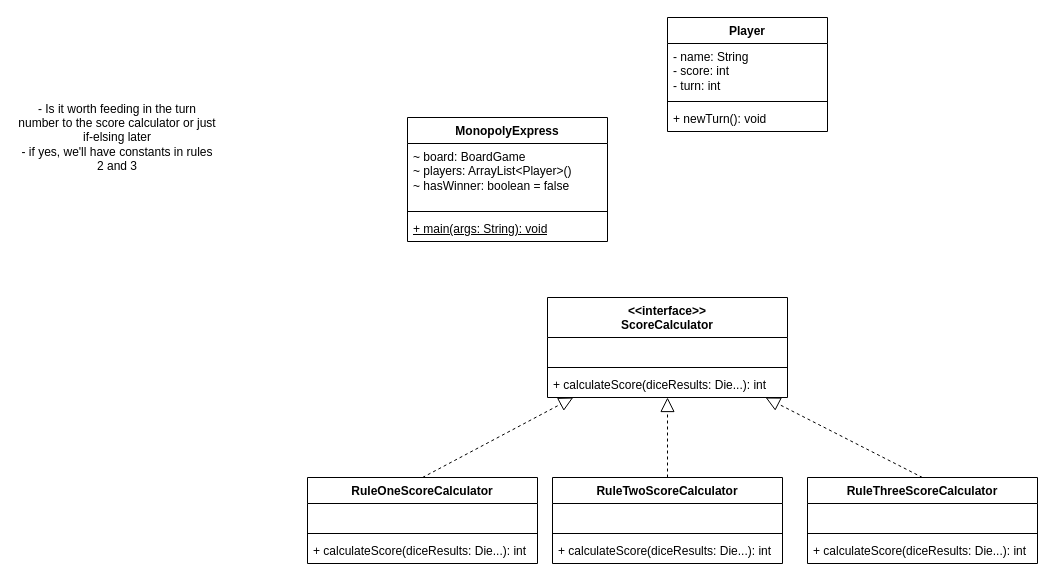
Earlier version of the draw.io diagram workshop9-week10.drawio (antonykimuom/SWEN30006-2025-SM1-workshop1-tuew05-14-00-team-12). Source tidied: cells renumbered, new cells numbered last; positions are measured from the earlier drawing's top-left corner, leaving out a move shared by most shapes. Both pictures are drawn from the tidied source at 100%, with x=0, y=0 at pixel (17, 17).
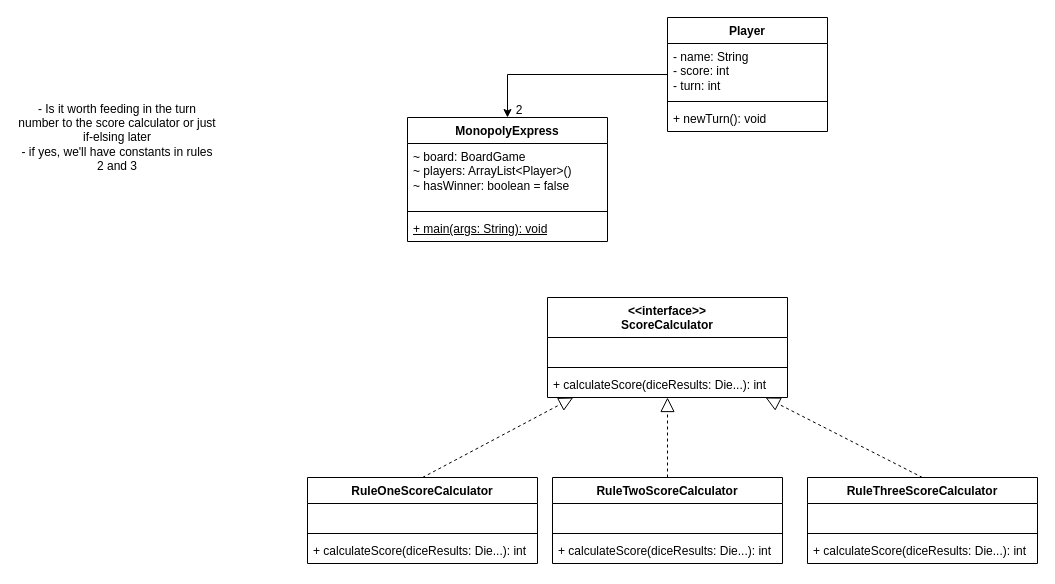
The same diagram, later.

Commit message:
connected player to Monopoly Express

Unchanged cells that the change refers to:
```xml
<mxCell id="2" value="MonopolyExpress" style="swimlane;fontStyle=1;align=center;verticalAlign=top;horizontal=1;startSize=26;whiteSpace=wrap;html=1;" parent="1" vertex="1">
  <mxGeometry x="390" y="100" width="200" height="124" as="geometry" />
</mxCell>
<mxCell id="26" value="Player" style="swimlane;fontStyle=1;align=center;verticalAlign=top;horizontal=1;startSize=26;whiteSpace=wrap;html=1;" parent="1" vertex="1">
  <mxGeometry x="650" width="160" height="114" as="geometry" />
</mxCell>
```

What changed in the source:
```diff
@@
+    <mxCell id="30" style="edgeStyle=orthogonalEdgeStyle;rounded=0;jettySize=auto;html=1;entryX=0.5;entryY=0;entryDx=0;entryDy=0;" parent="1" edge="1" source="26" target="2">
+      <mxGeometry relative="1" as="geometry" />
+    </mxCell>
@@
+    <mxCell id="31" value="2" style="text;html=1;align=center;verticalAlign=middle;whiteSpace=wrap;rounded=0;" parent="1" vertex="1">
+      <mxGeometry x="472" y="78" width="60" height="30" as="geometry" />
+    </mxCell>
```
